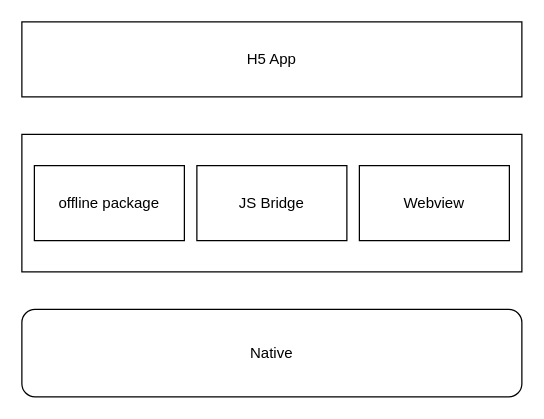
Earlier version of the draw.io diagram Hybrid.drawio (bhaltair/bhaltair). Source tidied: cells renumbered, new cells numbered last; positions are measured from the earlier drawing's top-left corner, leaving out a move shared by most shapes. Both pictures are drawn from the tidied source at 125%, with x=0, y=0 at pixel (21, 21).
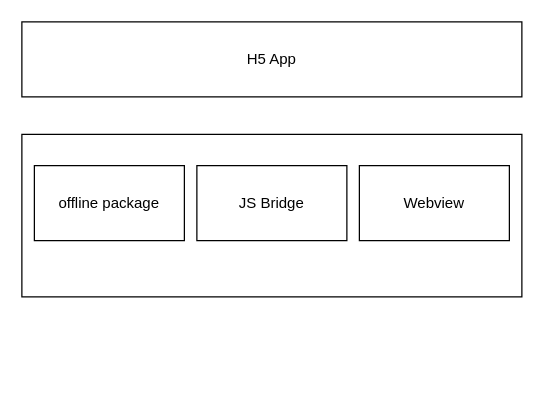
The same diagram, later.

Diff of the diagram source:
```diff
@@
 <mxGraphModel>
   <root>
     <mxCell id="0" />
     <mxCell id="1" parent="0" />
-    <mxCell id="2" value="Native" style="rounded=1;whiteSpace=wrap;html=1;" parent="1" vertex="1">
-      <mxGeometry y="230" width="400" height="70" as="geometry" />
-    </mxCell>
     <mxCell id="3" style="rounded=0;whiteSpace=wrap;html=1;" parent="1" vertex="1">
-      <mxGeometry y="90" width="400" height="110" as="geometry" />
+      <mxGeometry y="90" width="400" height="130" as="geometry" />
     </mxCell>
     <mxCell id="4" value="H5 App" style="rounded=0;whiteSpace=wrap;html=1;" parent="1" vertex="1">
       <mxGeometry width="400" height="60" as="geometry" />
     </mxCell>
     <mxCell id="5" value="offline package" style="rounded=0;whiteSpace=wrap;html=1;" parent="1" vertex="1">
       <mxGeometry x="10" y="115" width="120" height="60" as="geometry" />
     </mxCell>
     <mxCell id="6" value="JS Bridge" style="rounded=0;whiteSpace=wrap;html=1;" parent="1" vertex="1">
       <mxGeometry x="140" y="115" width="120" height="60" as="geometry" />
     </mxCell>
     <mxCell id="7" value="Webview" style="rounded=0;whiteSpace=wrap;html=1;" parent="1" vertex="1">
       <mxGeometry x="270" y="115" width="120" height="60" as="geometry" />
     </mxCell>
   </root>
 </mxGraphModel>
```
